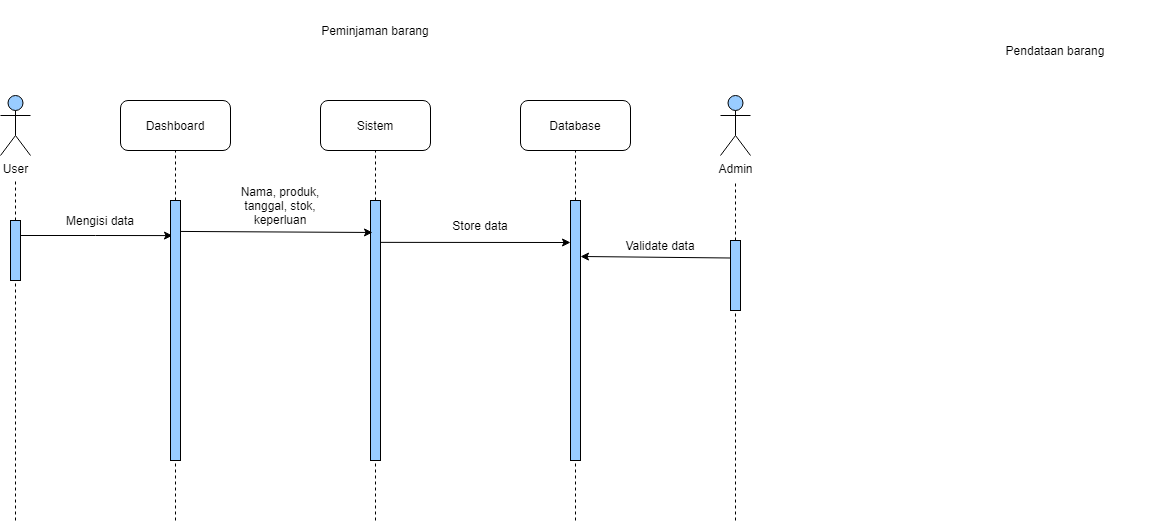
The draw.io diagram diagrams/Sequence Diagram.drawio.png in johannfac/aplikasipeminjamanaset, before a commit. Source tidied: cells renumbered, new cells last; positions are measured from the earlier drawing's top-left corner, leaving out a move shared by most shapes.
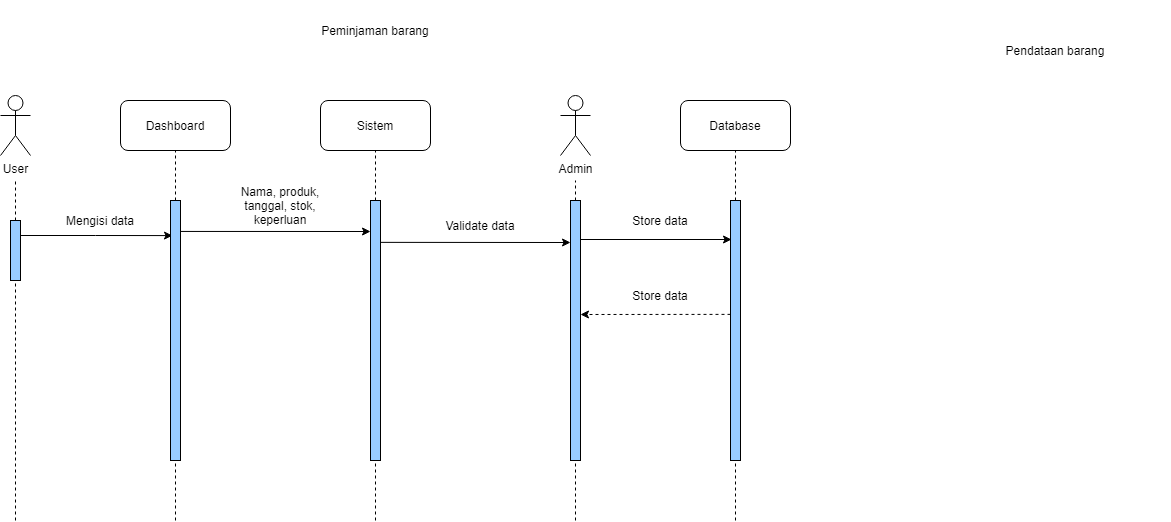
After the change.

The edit, as a diff of the source:
```diff
@@ -15,13 +15,13 @@
       <mxGeometry x="320" y="100" width="110" height="50" as="geometry" />
     </mxCell>
     <mxCell id="6" value="Database" style="rounded=1;whiteSpace=wrap;html=1;" parent="1" vertex="1">
-      <mxGeometry x="520" y="100" width="110" height="50" as="geometry" />
+      <mxGeometry x="680" y="100" width="110" height="50" as="geometry" />
     </mxCell>
-    <mxCell id="7" value="User" style="shape=umlActor;verticalLabelPosition=bottom;verticalAlign=top;html=1;fillColor=#99CCFF;" parent="1" vertex="1">
+    <mxCell id="7" value="User" style="shape=umlActor;verticalLabelPosition=bottom;verticalAlign=top;html=1;" parent="1" vertex="1">
       <mxGeometry y="95" width="30" height="60" as="geometry" />
     </mxCell>
-    <mxCell id="8" value="Admin" style="shape=umlActor;verticalLabelPosition=bottom;verticalAlign=top;html=1;fillColor=#99CCFF;" parent="1" vertex="1">
-      <mxGeometry x="720" y="95" width="30" height="60" as="geometry" />
+    <mxCell id="8" value="Admin" style="shape=umlActor;verticalLabelPosition=bottom;verticalAlign=top;html=1;" parent="1" vertex="1">
+      <mxGeometry x="560" y="95" width="30" height="60" as="geometry" />
     </mxCell>
     <mxCell id="9" style="endArrow=none;dashed=1;html=1;rounded=0;startArrow=none;" parent="1" edge="1" source="17">
       <mxGeometry relative="1" as="geometry">
@@ -36,18 +36,16 @@
         <mxPoint x="375" y="150" as="targetPoint" />
       </mxGeometry>
     </mxCell>
-    <mxCell id="12" style="endArrow=none;dashed=1;html=1;rounded=0;entryX=0.5;entryY=1;entryDx=0;entryDy=0;startArrow=none;" parent="1" edge="1" source="23">
+    <mxCell id="12" style="endArrow=none;dashed=1;html=1;rounded=0;startArrow=none;" parent="1" edge="1" source="23">
       <mxGeometry relative="1" as="geometry">
-        <mxPoint x="575" y="150" as="targetPoint" />
+        <mxPoint x="575" y="180" as="targetPoint" />
       </mxGeometry>
     </mxCell>
-    <mxCell id="13" style="endArrow=none;dashed=1;html=1;rounded=0;entryX=0.5;entryY=1;entryDx=0;entryDy=0;startArrow=none;" parent="1" edge="1" source="14">
-      <mxGeometry relative="1" as="geometry">
-        <mxPoint x="735" y="180" as="targetPoint" />
-      </mxGeometry>
+    <mxCell id="13" style="endArrow=none;dashed=1;html=1;rounded=0;entryX=0.5;entryY=1;entryDx=0;entryDy=0;startArrow=none;" parent="1" edge="1" source="14" target="6">
+      <mxGeometry relative="1" as="geometry" />
     </mxCell>
     <mxCell id="14" style="rounded=0;whiteSpace=wrap;html=1;fillColor=#99CCFF;" parent="1" vertex="1">
-      <mxGeometry x="730" y="240" width="10" height="70" as="geometry" />
+      <mxGeometry x="730" y="200" width="10" height="260" as="geometry" />
     </mxCell>
     <mxCell id="15" style="endArrow=none;dashed=1;html=1;rounded=0;entryX=0.5;entryY=1;entryDx=0;entryDy=0;" parent="1" edge="1" target="14">
       <mxGeometry relative="1" as="geometry">
@@ -95,8 +93,10 @@
     <mxCell id="26" value="Nama, produk, tanggal, stok, keperluan" style="text;html=1;strokeColor=none;fillColor=none;align=center;verticalAlign=middle;whiteSpace=wrap;rounded=0;" parent="1" vertex="1">
       <mxGeometry x="230" y="180" width="100" height="50" as="geometry" />
     </mxCell>
-    <mxCell id="27" style="endArrow=classic;html=1;rounded=0;entryX=0.2;entryY=0.123;entryDx=0;entryDy=0;entryPerimeter=0;exitX=1;exitY=0.119;exitDx=0;exitDy=0;exitPerimeter=0;" parent="1" edge="1" source="19" target="21">
-      <mxGeometry relative="1" as="geometry" />
+    <mxCell id="27" style="endArrow=classic;html=1;rounded=0;exitX=1;exitY=0.119;exitDx=0;exitDy=0;exitPerimeter=0;" parent="1" edge="1" source="19">
+      <mxGeometry relative="1" as="geometry">
+        <mxPoint x="370" y="231" as="targetPoint" />
+      </mxGeometry>
     </mxCell>
     <mxCell id="28" style="endArrow=classic;html=1;rounded=0;exitX=1;exitY=0.161;exitDx=0;exitDy=0;exitPerimeter=0;" parent="1" edge="1" source="21">
       <mxGeometry relative="1" as="geometry">
@@ -104,15 +104,21 @@
       </mxGeometry>
     </mxCell>
     <mxCell id="29" value="Store data" style="text;html=1;strokeColor=none;fillColor=none;align=center;verticalAlign=middle;whiteSpace=wrap;rounded=0;" parent="1" vertex="1">
-      <mxGeometry x="430" y="210" width="100" height="30" as="geometry" />
+      <mxGeometry x="610" y="205" width="100" height="30" as="geometry" />
     </mxCell>
     <mxCell id="30" value="Validate data" style="text;html=1;strokeColor=none;fillColor=none;align=center;verticalAlign=middle;whiteSpace=wrap;rounded=0;" parent="1" vertex="1">
-      <mxGeometry x="610" y="230" width="100" height="30" as="geometry" />
+      <mxGeometry x="430" y="210" width="100" height="30" as="geometry" />
     </mxCell>
-    <mxCell id="31" style="endArrow=classic;html=1;rounded=0;exitX=0;exitY=0.25;exitDx=0;exitDy=0;" parent="1" edge="1" source="14">
-      <mxGeometry relative="1" as="geometry">
-        <mxPoint x="580" y="256" as="targetPoint" />
-      </mxGeometry>
+    <mxCell id="31" style="endArrow=classic;html=1;rounded=0;entryX=0.1;entryY=0.15;entryDx=0;entryDy=0;entryPerimeter=0;exitX=1;exitY=0.15;exitDx=0;exitDy=0;exitPerimeter=0;" parent="1" edge="1" source="23" target="14">
+      <mxGeometry relative="1" as="geometry" />
     </mxCell>
+    <mxCell id="32" style="endArrow=classic;html=1;rounded=0;exitX=0;exitY=0.438;exitDx=0;exitDy=0;exitPerimeter=0;dashed=1;" parent="1" edge="1" source="14">
+      <mxGeometry relative="1" as="geometry">
+        <mxPoint x="580" y="314" as="targetPoint" />
+      </mxGeometry>
+    </mxCell>
+    <mxCell id="33" value="Store data" style="text;html=1;strokeColor=none;fillColor=none;align=center;verticalAlign=middle;whiteSpace=wrap;rounded=0;" parent="1" vertex="1">
+      <mxGeometry x="610" y="280" width="100" height="30" as="geometry" />
+    </mxCell>
   </root>
 </mxGraphModel>
```
